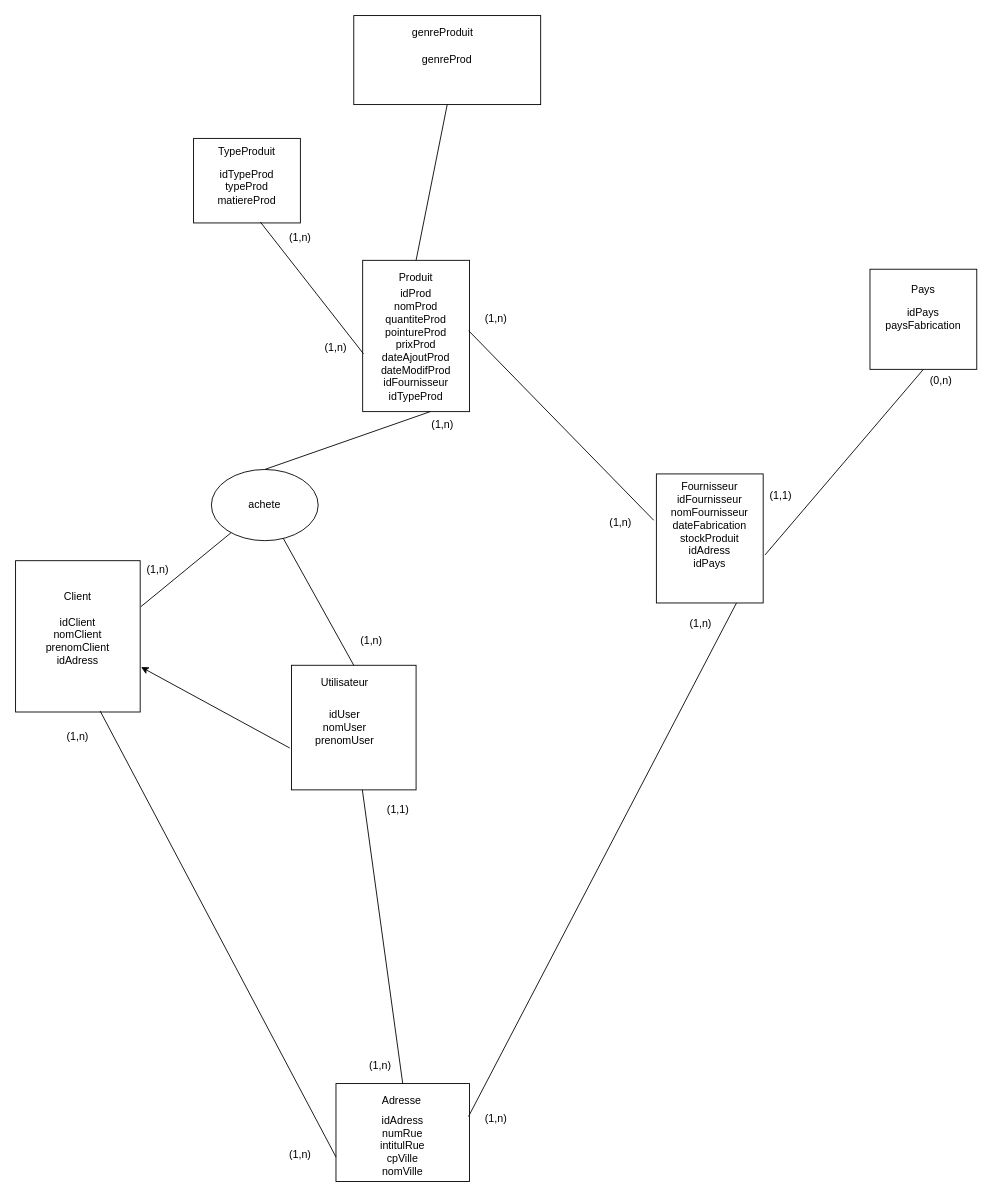
The draw.io diagram ExercicesBDD/chaussure.drawio in Willremi/Groupe6, before the edit. Source tidied: cells renumbered, new cells numbered last; positions are measured from the earlier drawing's top-left corner, leaving out a move shared by most shapes. Both pictures are drawn from the tidied source at 89%, with x=0, y=0 at pixel (15, 15).
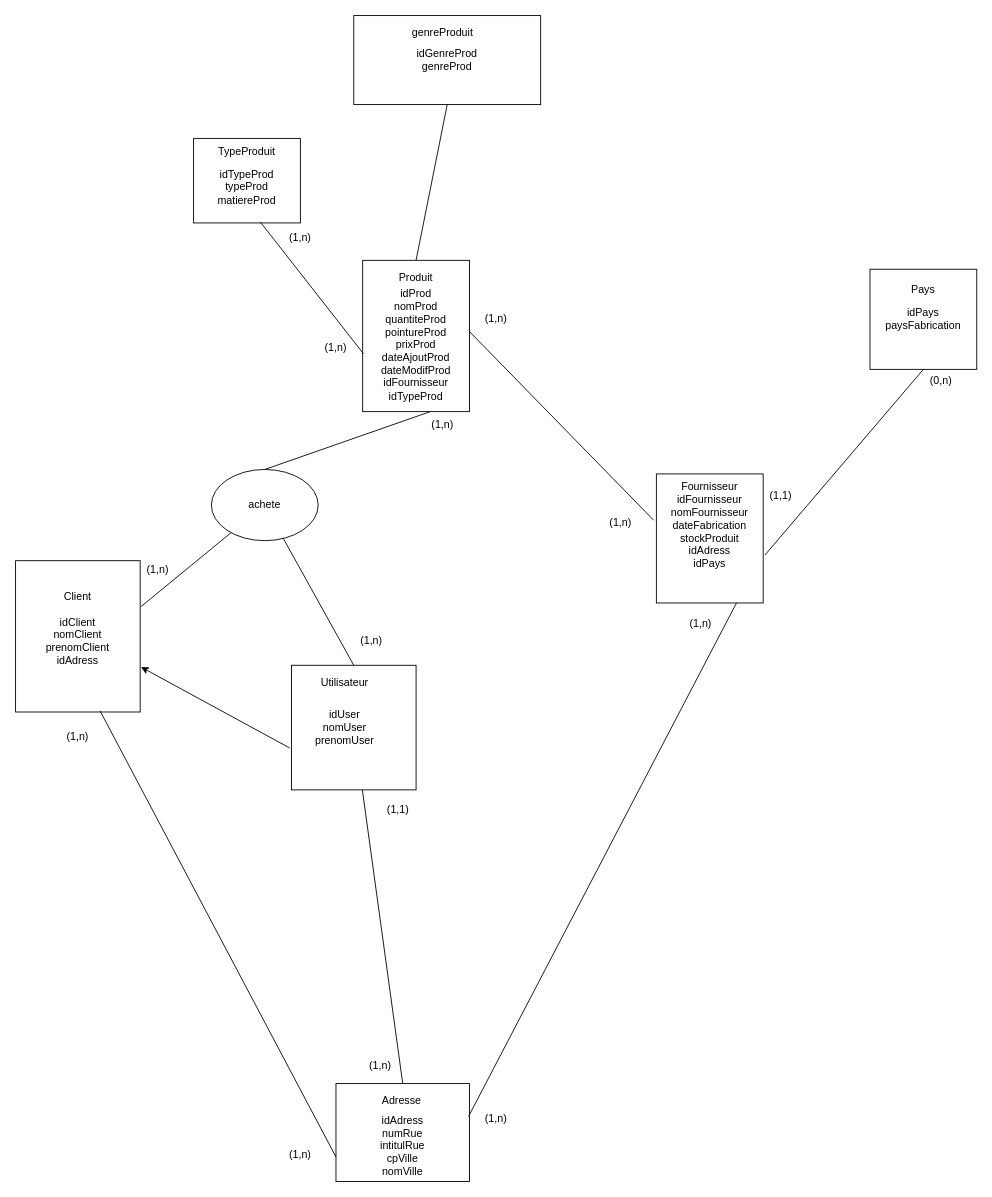
Above is the later version.

Commit message:
Mettre à jour chaussure.drawio

Diff of the diagram source:
```diff
@@
-    <mxCell id="50" value="&lt;span style=&quot;white-space: normal&quot;&gt;genreProd&lt;/span&gt;" style="rounded=0;whiteSpace=wrap;html=1;" parent="1" vertex="1">
+    <mxCell id="50" value="&lt;span style=&quot;white-space: normal&quot;&gt;idGenreProd&lt;br&gt;genreProd&lt;/span&gt;" style="rounded=0;whiteSpace=wrap;html=1;" parent="1" vertex="1">
       <mxGeometry x="380" width="210" height="100" as="geometry" />
     </mxCell>
```
